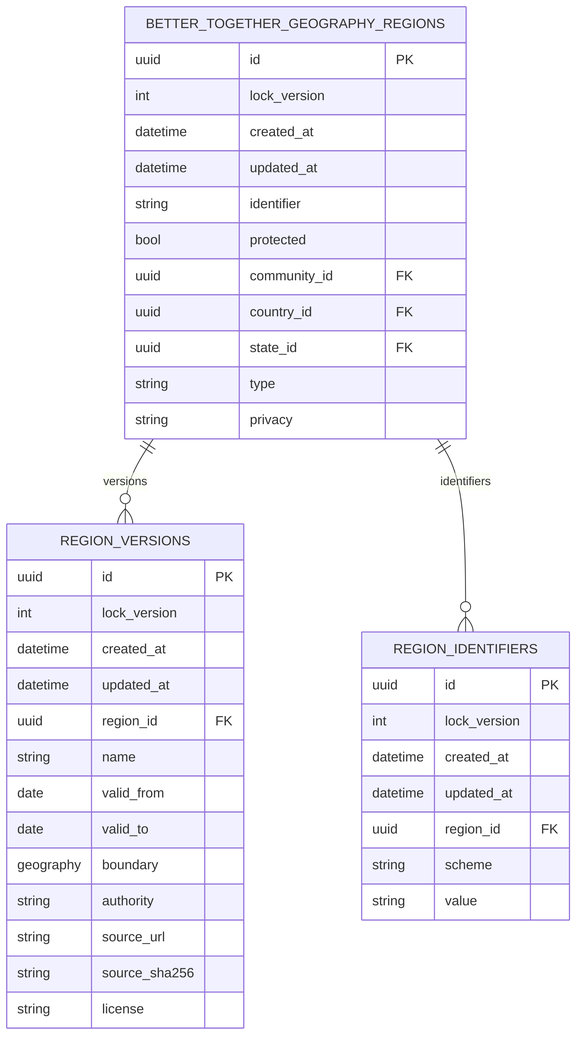
The Mermaid diagram docs/diagrams/exports/png/nlo_regions_schema_erd.png in better-together-solutions/newfoundlandlabradoronline, before a commit. Its source is kept beside it as docs/diagrams/source/nlo_regions_schema_erd.mmd. The source it was exported from:
```mermaid
erDiagram
  BETTER_TOGETHER_GEOGRAPHY_REGIONS {
    uuid id PK
    int lock_version
    datetime created_at
    datetime updated_at
    string identifier
    bool protected
    uuid community_id FK
    uuid country_id FK
    uuid state_id FK
    string type
    string privacy
  }
  REGION_VERSIONS {
    uuid id PK
    int lock_version
    datetime created_at
    datetime updated_at
    uuid region_id FK
    string name
    date valid_from
    date valid_to
    geography boundary
    string authority
    string source_url
    string source_sha256
    string license
  }
  REGION_IDENTIFIERS {
    uuid id PK
    int lock_version
    datetime created_at
    datetime updated_at
    uuid region_id FK
    string scheme
    string value
  }
  BETTER_TOGETHER_GEOGRAPHY_REGIONS ||--o{ REGION_VERSIONS : "versions"
  BETTER_TOGETHER_GEOGRAPHY_REGIONS ||--o{ REGION_IDENTIFIERS : "identifiers"
```
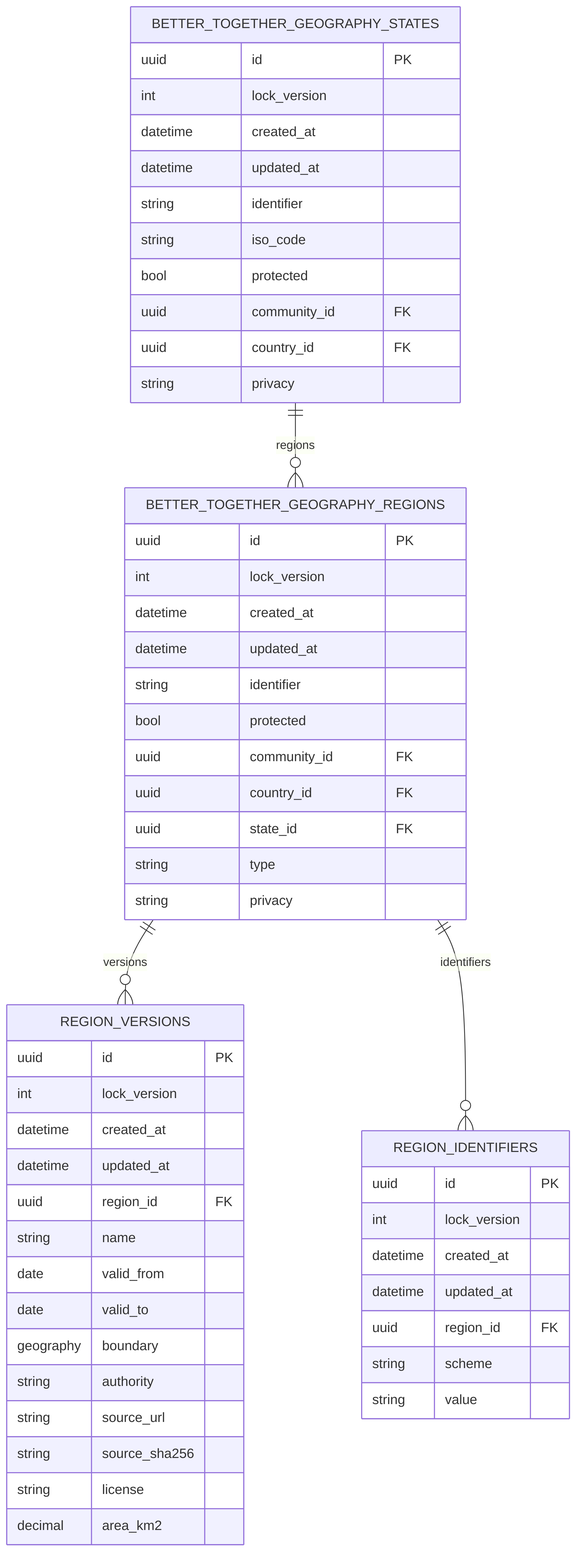
Later version of the same file.

Diff of the diagram source:
```diff
@@ -1,4 +1,16 @@
 erDiagram
+  BETTER_TOGETHER_GEOGRAPHY_STATES {
+    uuid id PK
+    int lock_version
+    datetime created_at
+    datetime updated_at
+    string identifier
+    string iso_code
+    bool protected
+    uuid community_id FK
+    uuid country_id FK
+    string privacy
+  }
   BETTER_TOGETHER_GEOGRAPHY_REGIONS {
     uuid id PK
     int lock_version
@@ -26,6 +38,7 @@
     string source_url
     string source_sha256
     string license
+    decimal area_km2
   }
   REGION_IDENTIFIERS {
     uuid id PK
@@ -36,5 +49,6 @@
     string scheme
     string value
   }
+  BETTER_TOGETHER_GEOGRAPHY_STATES ||--o{ BETTER_TOGETHER_GEOGRAPHY_REGIONS : "regions"
   BETTER_TOGETHER_GEOGRAPHY_REGIONS ||--o{ REGION_VERSIONS : "versions"
   BETTER_TOGETHER_GEOGRAPHY_REGIONS ||--o{ REGION_IDENTIFIERS : "identifiers"
```
